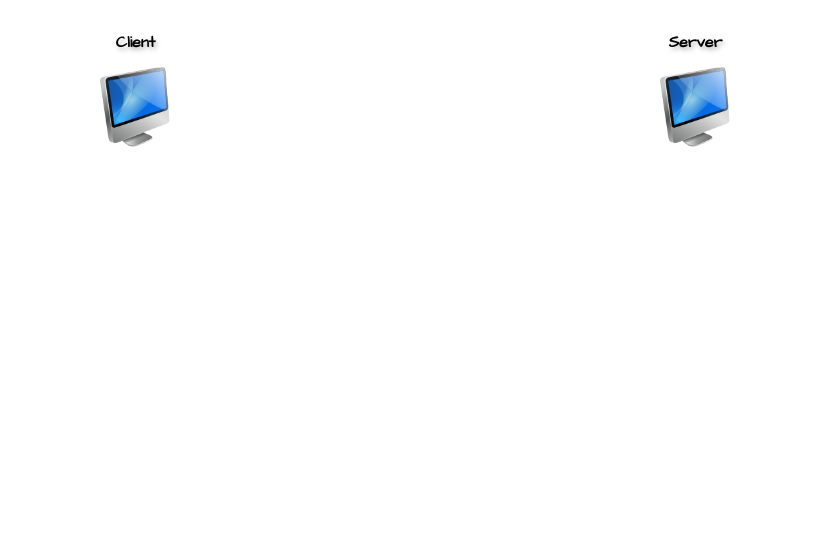
Before: page "Page-4" (4 of 5) of TCP.drawio in LuoSue/sscdn, a draw.io diagram. Source tidied: cells renumbered, new cells numbered last; positions are measured from the earlier drawing's top-left corner, leaving out a move shared by most shapes. Both pictures are drawn from the tidied source at 100%, with x=0, y=0 at pixel (73, 17).
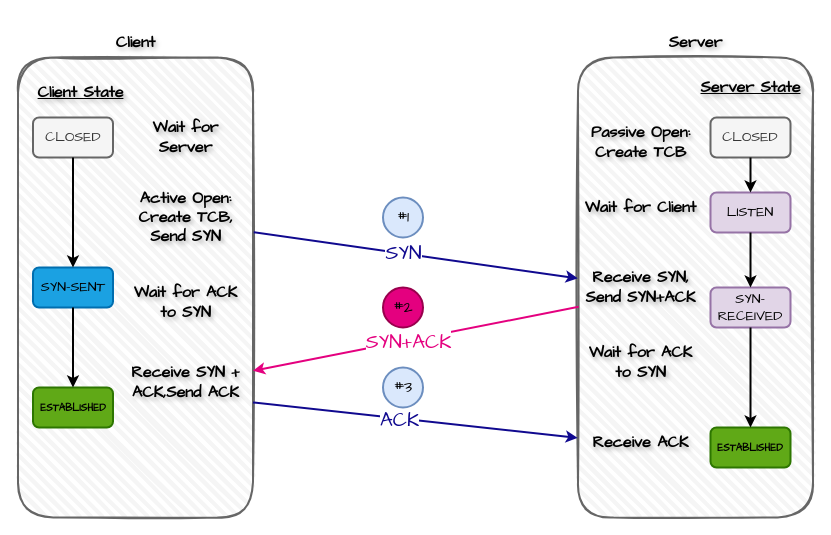
After the change.

Diff of the diagram source:
```diff
@@
-    <mxCell id="2" style="image;html=1;image=img/lib/clip_art/computers/iMac_128x128.png;" parent="1" vertex="1">
-      <mxGeometry x="22" y="50" width="80" height="80" as="geometry" />
-    </mxCell>
-    <mxCell id="3" style="image;html=1;image=img/lib/clip_art/computers/iMac_128x128.png;" parent="1" vertex="1">
-      <mxGeometry x="582" y="50" width="80" height="80" as="geometry" />
-    </mxCell>
@@
+    <mxCell id="6" style="rounded=1;whiteSpace=wrap;html=1;strokeWidth=2;fillWeight=4;hachureGap=8;hachureAngle=45;fillColor=#f5f5f5;sketch=1;strokeColor=#666666;fontColor=#333333;" parent="1" vertex="1">
+      <mxGeometry x="-55.5" y="40" width="235" height="460" as="geometry" />
+    </mxCell>
+    <mxCell id="7" style="rounded=1;whiteSpace=wrap;html=1;strokeWidth=2;fillWeight=4;hachureGap=8;hachureAngle=45;fillColor=#f5f5f5;sketch=1;strokeColor=#666666;fontColor=#333333;" parent="1" vertex="1">
+      <mxGeometry x="504.5" y="40" width="235" height="460" as="geometry" />
+    </mxCell>
+    <mxCell id="8" style="endArrow=classic;html=1;rounded=0;strokeWidth=2;exitX=1.003;exitY=0.38;exitDx=0;exitDy=0;entryX=-0.001;entryY=0.48;entryDx=0;entryDy=0;exitPerimeter=0;entryPerimeter=0;fillColor=#0050ef;strokeColor=#10098F;" parent="1" edge="1" source="6" target="7">
+      <mxGeometry relative="1" as="geometry" />
+    </mxCell>
+    <mxCell id="9" value="&lt;font color=&quot;#10098f&quot; style=&quot;font-size: 20px;&quot; face=&quot;Comic Sans MS&quot;&gt;SYN&lt;/font&gt;" style="edgeLabel;html=1;align=center;verticalAlign=middle;" parent="8" vertex="1">
+      <mxGeometry x="-0.18" y="-1" relative="1" as="geometry">
+        <mxPoint x="17" as="offset" />
+      </mxGeometry>
+    </mxCell>
+    <mxCell id="10" style="endArrow=classic;html=1;rounded=0;strokeWidth=2;exitX=0.003;exitY=0.542;exitDx=0;exitDy=0;exitPerimeter=0;entryX=1;entryY=0.681;entryDx=0;entryDy=0;entryPerimeter=0;fillColor=#d80073;strokeColor=#E4007F;" parent="1" edge="1" source="7" target="6">
+      <mxGeometry relative="1" as="geometry" />
+    </mxCell>
+    <mxCell id="11" value="&lt;font color=&quot;#e4007f&quot; face=&quot;Comic Sans MS&quot; style=&quot;font-size: 20px;&quot;&gt;SYN+ACK&lt;/font&gt;" style="edgeLabel;html=1;align=center;verticalAlign=middle;" parent="10" vertex="1">
+      <mxGeometry x="0.05" y="1" relative="1" as="geometry" />
+    </mxCell>
+    <mxCell id="12" style="endArrow=classic;html=1;rounded=0;strokeWidth=2;exitX=1;exitY=0.75;exitDx=0;exitDy=0;entryX=-0.001;entryY=0.827;entryDx=0;entryDy=0;entryPerimeter=0;fillColor=#0050ef;strokeColor=#10098F;" parent="1" edge="1" source="6" target="7">
+      <mxGeometry relative="1" as="geometry" />
+    </mxCell>
+    <mxCell id="13" value="&lt;font color=&quot;#10098f&quot; face=&quot;Comic Sans MS&quot; style=&quot;font-size: 20px;&quot;&gt;ACK&lt;/font&gt;" style="edgeLabel;html=1;align=center;verticalAlign=middle;" parent="12" vertex="1">
+      <mxGeometry x="-0.1" y="-1" relative="1" as="geometry" />
+    </mxCell>
+    <mxCell id="14" value="&lt;font style=&quot;font-size: 14px;&quot; face=&quot;Comic Sans MS&quot;&gt;CLOSED&lt;/font&gt;" style="rounded=1;whiteSpace=wrap;html=1;strokeWidth=2;fillWeight=4;hachureGap=8;hachureAngle=45;fillColor=#f5f5f5;strokeColor=#666666;fontColor=#333333;" parent="1" vertex="1">
+      <mxGeometry x="-40.5" y="100" width="80" height="40" as="geometry" />
+    </mxCell>
+    <mxCell id="15" value="&lt;font style=&quot;font-size: 16px;&quot;&gt;&lt;b&gt;Wait for Server&lt;/b&gt;&lt;/font&gt;" style="text;html=1;align=center;verticalAlign=middle;whiteSpace=wrap;rounded=0;fontSize=16;textShadow=1;fontFamily=Comic Sans MS;" parent="1" vertex="1">
+      <mxGeometry x="49.5" y="95" width="125" height="50" as="geometry" />
+    </mxCell>
+    <mxCell id="16" value="&lt;font face=&quot;Comic Sans MS&quot; style=&quot;font-size: 16px;&quot;&gt;&lt;b&gt;Client State&lt;/b&gt;&lt;/font&gt;" style="text;html=1;align=center;verticalAlign=middle;whiteSpace=wrap;rounded=0;fontSize=16;textShadow=1;fontFamily=HarmonyOS Sans;fontStyle=4;" parent="1" vertex="1">
+      <mxGeometry x="-55.5" y="50" width="125" height="50" as="geometry" />
+    </mxCell>
+    <mxCell id="17" value="&lt;font style=&quot;font-size: 16px;&quot;&gt;&lt;b&gt;Active Open: Create TCB, Send SYN&lt;/b&gt;&lt;/font&gt;" style="text;html=1;align=center;verticalAlign=middle;whiteSpace=wrap;rounded=0;fontSize=16;textShadow=1;fontFamily=Comic Sans MS;" parent="1" vertex="1">
+      <mxGeometry x="49.5" y="175" width="125" height="50" as="geometry" />
+    </mxCell>
+    <mxCell id="18" value="#1" style="ellipse;whiteSpace=wrap;html=1;strokeWidth=2;fillWeight=2;hachureGap=8;fillColor=#dae8fc;fillStyle=solid;strokeColor=#6c8ebf;fontFamily=Comic Sans MS;fontSize=16;" parent="1" vertex="1">
+      <mxGeometry x="309.5" y="180" width="40" height="40" as="geometry" />
+    </mxCell>
+    <mxCell id="19" value="&lt;font style=&quot;font-size: 14px;&quot; face=&quot;Comic Sans MS&quot; color=&quot;#000000&quot;&gt;SYN-SENT&lt;/font&gt;" style="rounded=1;whiteSpace=wrap;html=1;strokeWidth=2;fillWeight=4;hachureGap=8;hachureAngle=45;fillColor=#1ba1e2;strokeColor=#006EAF;fontColor=#ffffff;" parent="1" vertex="1">
+      <mxGeometry x="-40.5" y="250" width="80" height="40" as="geometry" />
+    </mxCell>
+    <mxCell id="20" style="endArrow=classic;html=1;rounded=0;strokeWidth=2;exitX=0.5;exitY=1;exitDx=0;exitDy=0;entryX=0.5;entryY=0;entryDx=0;entryDy=0;" parent="1" edge="1" source="14" target="19">
+      <mxGeometry relative="1" as="geometry" />
+    </mxCell>
+    <mxCell id="21" value="&lt;font style=&quot;font-size: 16px;&quot;&gt;&lt;b&gt;Wait for ACK to SYN&lt;/b&gt;&lt;/font&gt;" style="text;html=1;align=center;verticalAlign=middle;whiteSpace=wrap;rounded=0;fontSize=16;textShadow=1;fontFamily=Comic Sans MS;" parent="1" vertex="1">
+      <mxGeometry x="49.5" y="260" width="125" height="50" as="geometry" />
+    </mxCell>
+    <mxCell id="22" value="&lt;font size=&quot;1&quot; style=&quot;&quot; face=&quot;Comic Sans MS&quot; color=&quot;#000000&quot;&gt;&lt;b style=&quot;font-size: 10px;&quot;&gt;ESTABLISHED&lt;/b&gt;&lt;/font&gt;" style="rounded=1;whiteSpace=wrap;html=1;strokeWidth=2;fillWeight=4;hachureGap=8;hachureAngle=45;fillColor=#60a917;strokeColor=#2D7600;fontColor=#ffffff;" parent="1" vertex="1">
+      <mxGeometry x="-40.5" y="370" width="80" height="40" as="geometry" />
+    </mxCell>
+    <mxCell id="23" style="endArrow=classic;html=1;rounded=0;strokeWidth=2;exitX=0.5;exitY=1;exitDx=0;exitDy=0;entryX=0.5;entryY=0;entryDx=0;entryDy=0;" parent="1" edge="1" source="19" target="22">
+      <mxGeometry relative="1" as="geometry" />
+    </mxCell>
+    <mxCell id="24" value="&lt;font style=&quot;font-size: 16px;&quot;&gt;&lt;b&gt;Receive SYN + ACK,Send ACK&lt;/b&gt;&lt;/font&gt;" style="text;html=1;align=center;verticalAlign=middle;whiteSpace=wrap;rounded=0;fontSize=16;textShadow=1;fontFamily=Comic Sans MS;" parent="1" vertex="1">
+      <mxGeometry x="49.5" y="340" width="125" height="50" as="geometry" />
+    </mxCell>
+    <mxCell id="25" value="#2" style="ellipse;whiteSpace=wrap;html=1;strokeWidth=2;fillWeight=2;hachureGap=8;fillColor=#E4007F;fillStyle=solid;strokeColor=#99004D;fontFamily=Comic Sans MS;fontSize=16;" parent="1" vertex="1">
+      <mxGeometry x="309.5" y="270" width="40" height="40" as="geometry" />
+    </mxCell>
+    <mxCell id="26" value="#3" style="ellipse;whiteSpace=wrap;html=1;strokeWidth=2;fillWeight=2;hachureGap=8;fillColor=#dae8fc;fillStyle=solid;strokeColor=#6c8ebf;fontFamily=Comic Sans MS;fontSize=16;" parent="1" vertex="1">
+      <mxGeometry x="309.5" y="350" width="40" height="40" as="geometry" />
+    </mxCell>
+    <mxCell id="27" value="&lt;font face=&quot;Comic Sans MS&quot; style=&quot;font-size: 16px;&quot;&gt;&lt;b&gt;Server State&lt;/b&gt;&lt;/font&gt;" style="text;html=1;align=center;verticalAlign=middle;whiteSpace=wrap;rounded=0;fontSize=16;textShadow=1;fontFamily=HarmonyOS Sans;fontStyle=4;" parent="1" vertex="1">
+      <mxGeometry x="614.5" y="45" width="125" height="50" as="geometry" />
+    </mxCell>
+    <mxCell id="28" value="&lt;font style=&quot;font-size: 14px;&quot; face=&quot;Comic Sans MS&quot;&gt;CLOSED&lt;/font&gt;" style="rounded=1;whiteSpace=wrap;html=1;strokeWidth=2;fillWeight=4;hachureGap=8;hachureAngle=45;fillColor=#f5f5f5;strokeColor=#666666;fontColor=#333333;" parent="1" vertex="1">
+      <mxGeometry x="637" y="100" width="80" height="40" as="geometry" />
+    </mxCell>
+    <mxCell id="29" value="&lt;font face=&quot;Comic Sans MS&quot;&gt;&lt;span style=&quot;font-size: 14px;&quot;&gt;LISTEN&lt;/span&gt;&lt;/font&gt;" style="rounded=1;whiteSpace=wrap;html=1;strokeWidth=2;fillWeight=4;hachureGap=8;hachureAngle=45;fillColor=#e1d5e7;strokeColor=#9673a6;" parent="1" vertex="1">
+      <mxGeometry x="637" y="175" width="80" height="40" as="geometry" />
+    </mxCell>
+    <mxCell id="30" value="&lt;font style=&quot;font-size: 14px;&quot; face=&quot;Comic Sans MS&quot;&gt;SYN-RECEIVED&lt;/font&gt;" style="rounded=1;whiteSpace=wrap;html=1;strokeWidth=2;fillWeight=4;hachureGap=8;hachureAngle=45;fillColor=#e1d5e7;strokeColor=#9673a6;" parent="1" vertex="1">
+      <mxGeometry x="637" y="270" width="80" height="40" as="geometry" />
+    </mxCell>
+    <mxCell id="31" value="&lt;font style=&quot;font-size: 10px;&quot; face=&quot;Comic Sans MS&quot; color=&quot;#000000&quot;&gt;&lt;b&gt;ESTABLISHED&lt;/b&gt;&lt;/font&gt;" style="rounded=1;whiteSpace=wrap;html=1;strokeWidth=2;fillWeight=4;hachureGap=8;hachureAngle=45;fillColor=#60a917;strokeColor=#2D7600;fontColor=#ffffff;" parent="1" vertex="1">
+      <mxGeometry x="637" y="410" width="80" height="40" as="geometry" />
+    </mxCell>
+    <mxCell id="32" value="&lt;font style=&quot;font-size: 16px;&quot;&gt;&lt;b&gt;Passive Open: Create TCB&lt;/b&gt;&lt;/font&gt;" style="text;html=1;align=center;verticalAlign=middle;whiteSpace=wrap;rounded=0;fontSize=16;textShadow=1;fontFamily=Comic Sans MS;" parent="1" vertex="1">
+      <mxGeometry x="504.5" y="100" width="125" height="50" as="geometry" />
+    </mxCell>
+    <mxCell id="33" style="endArrow=classic;html=1;rounded=0;strokeWidth=2;exitX=0.5;exitY=1;exitDx=0;exitDy=0;entryX=0.5;entryY=0;entryDx=0;entryDy=0;" parent="1" edge="1" source="28" target="29">
+      <mxGeometry relative="1" as="geometry" />
+    </mxCell>
+    <mxCell id="34" style="endArrow=classic;html=1;rounded=0;strokeWidth=2;exitX=0.5;exitY=1;exitDx=0;exitDy=0;entryX=0.5;entryY=0;entryDx=0;entryDy=0;" parent="1" edge="1" source="29" target="30">
+      <mxGeometry relative="1" as="geometry" />
+    </mxCell>
+    <mxCell id="35" style="endArrow=classic;html=1;rounded=0;strokeWidth=2;exitX=0.5;exitY=1;exitDx=0;exitDy=0;entryX=0.5;entryY=0;entryDx=0;entryDy=0;" parent="1" edge="1" source="30" target="31">
+      <mxGeometry relative="1" as="geometry" />
+    </mxCell>
+    <mxCell id="36" value="&lt;b&gt;Wait for Client&lt;/b&gt;" style="text;html=1;align=center;verticalAlign=middle;whiteSpace=wrap;rounded=0;fontSize=16;textShadow=1;fontFamily=Comic Sans MS;" parent="1" vertex="1">
+      <mxGeometry x="504.5" y="165" width="125" height="50" as="geometry" />
+    </mxCell>
+    <mxCell id="37" value="&lt;b&gt;Receive SYN,&lt;/b&gt;&lt;div&gt;&lt;b&gt;Send SYN+ACK&lt;/b&gt;&lt;/div&gt;" style="text;html=1;align=center;verticalAlign=middle;whiteSpace=wrap;rounded=0;fontSize=16;textShadow=1;fontFamily=Comic Sans MS;" parent="1" vertex="1">
+      <mxGeometry x="504.5" y="245" width="125" height="50" as="geometry" />
+    </mxCell>
+    <mxCell id="38" value="&lt;b&gt;Wait for ACK to SYN&lt;/b&gt;" style="text;html=1;align=center;verticalAlign=middle;whiteSpace=wrap;rounded=0;fontSize=16;textShadow=1;fontFamily=Comic Sans MS;" parent="1" vertex="1">
+      <mxGeometry x="504.5" y="320" width="125" height="50" as="geometry" />
+    </mxCell>
+    <mxCell id="39" value="&lt;b&gt;Receive ACK&lt;/b&gt;" style="text;html=1;align=center;verticalAlign=middle;whiteSpace=wrap;rounded=0;fontSize=16;textShadow=1;fontFamily=Comic Sans MS;" parent="1" vertex="1">
+      <mxGeometry x="504.5" y="400" width="125" height="50" as="geometry" />
+    </mxCell>
```
